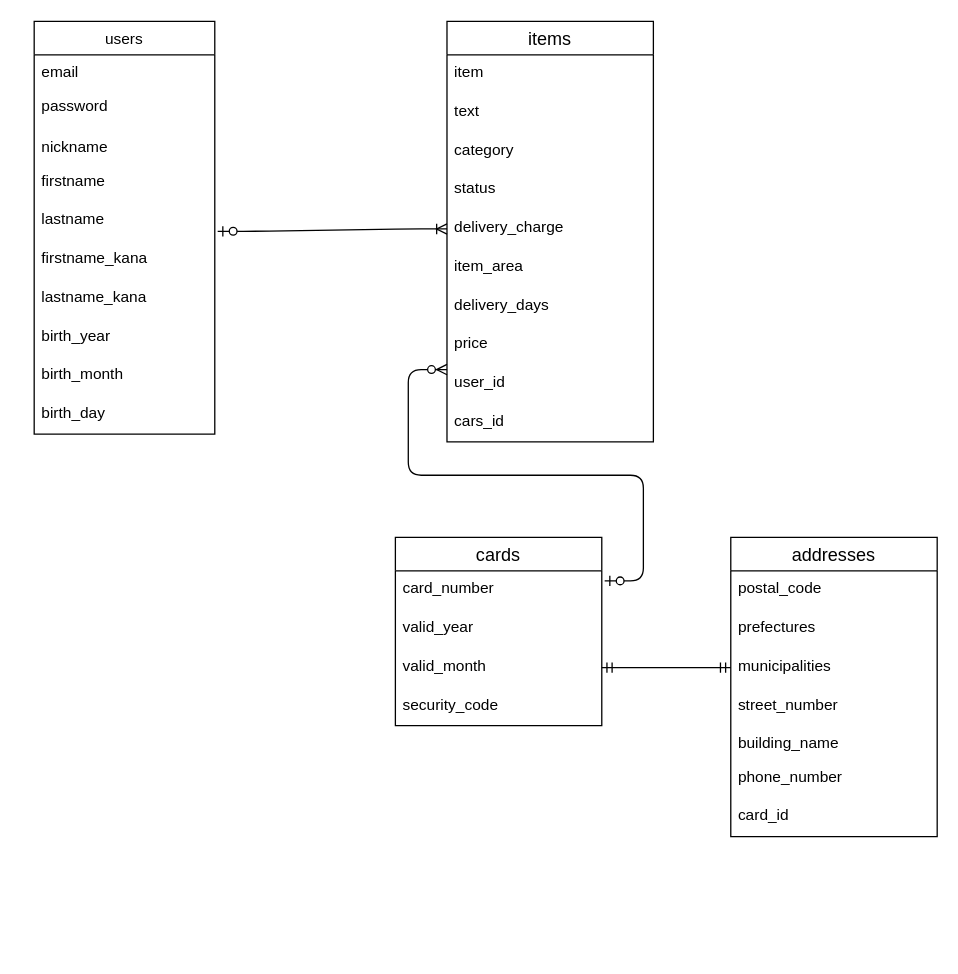
Before: furima.dio in kaz-taka-1/furima-35593, a draw.io diagram. Source tidied: cells renumbered, new cells numbered last; positions are measured from the earlier drawing's top-left corner, leaving out a move shared by most shapes. Both pictures are drawn from the tidied source at 129%, with x=0, y=0 at pixel (34, 21).
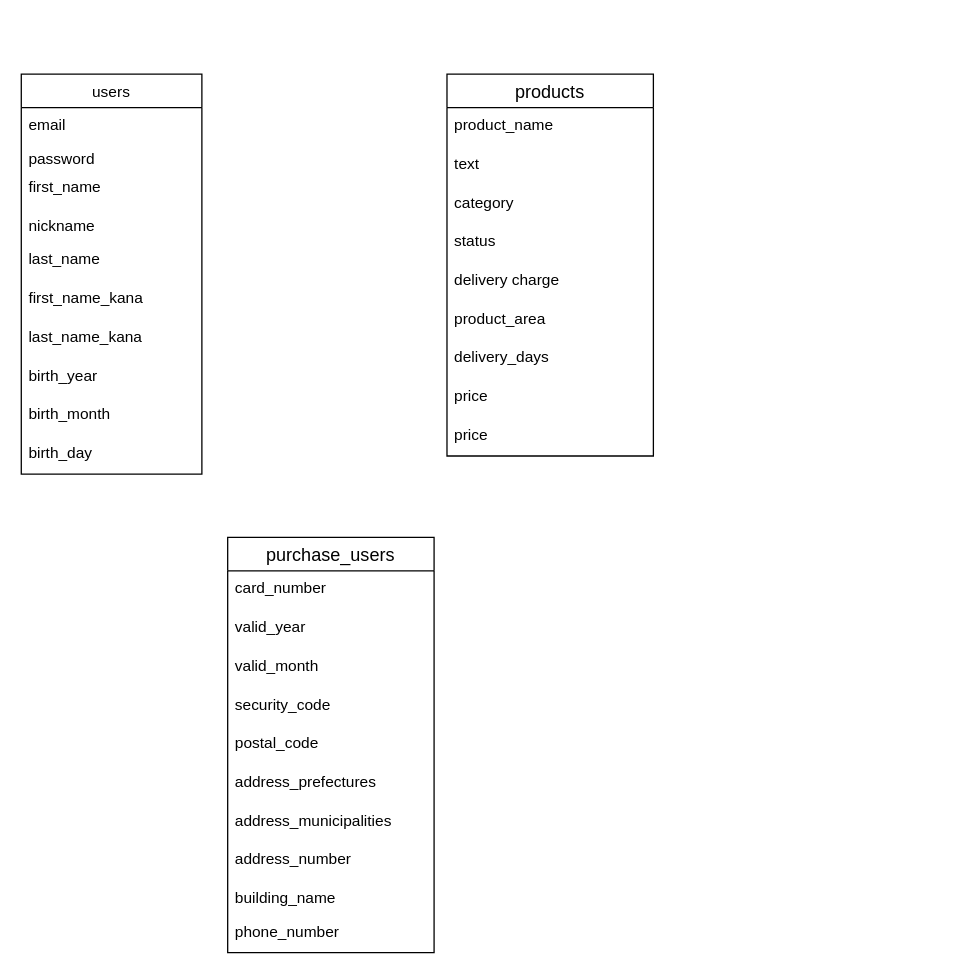
The same diagram, later.

Unchanged cells that the change refers to:
```xml
<mxCell id="25" value="card_number" style="text;strokeColor=none;fillColor=none;spacingLeft=4;spacingRight=4;overflow=hidden;points=[[0,0.5],[1,0.5]];portConstraint=eastwest;fontSize=12;" parent="24" vertex="1">
  <mxGeometry y="26" width="160" height="30" as="geometry" />
</mxCell>
<mxCell id="27" value="valid_month" style="text;strokeColor=none;fillColor=none;spacingLeft=4;spacingRight=4;overflow=hidden;points=[[0,0.5],[1,0.5]];portConstraint=eastwest;fontSize=12;" parent="24" vertex="1">
  <mxGeometry y="86" width="160" height="30" as="geometry" />
</mxCell>
```

Diff of the diagram source:
```diff
@@
     <mxCell id="2" value="users" style="swimlane;fontStyle=0;horizontal=1;startSize=26;fillColor=none;" parent="1" vertex="1">
-      <mxGeometry width="140" height="320" as="geometry" />
+      <mxGeometry x="-10" y="41" width="140" height="310" as="geometry" />
     </mxCell>
@@
     <mxCell id="4" value="password" style="text;strokeColor=none;fillColor=none;align=left;verticalAlign=top;spacingLeft=4;spacingRight=4;overflow=hidden;" parent="2" vertex="1">
-      <mxGeometry y="52" width="140" height="32" as="geometry" />
+      <mxGeometry y="52" width="140" height="22" as="geometry" />
     </mxCell>
+    <mxCell id="6" value="first_name" style="text;strokeColor=none;fillColor=none;spacingLeft=4;spacingRight=4;overflow=hidden;fontSize=12;" parent="2" vertex="1">
+      <mxGeometry y="74" width="140" height="30" as="geometry" />
+    </mxCell>
     <mxCell id="5" value="nickname" style="text;strokeColor=none;fillColor=none;align=left;verticalAlign=top;spacingLeft=4;spacingRight=4;overflow=hidden;" parent="2" vertex="1">
-      <mxGeometry y="84" width="140" height="26" as="geometry" />
+      <mxGeometry y="104" width="140" height="26" as="geometry" />
     </mxCell>
-    <mxCell id="6" value="firstname" style="text;strokeColor=none;fillColor=none;spacingLeft=4;spacingRight=4;overflow=hidden;fontSize=12;" parent="2" vertex="1">
-      <mxGeometry y="110" width="140" height="30" as="geometry" />
-    </mxCell>
-    <mxCell id="7" value="lastname" style="text;strokeColor=none;fillColor=none;spacingLeft=4;spacingRight=4;overflow=hidden;points=[[0,0.5],[1,0.5]];portConstraint=eastwest;fontSize=12;" parent="2" vertex="1">
-      <mxGeometry y="140" width="140" height="30" as="geometry" />
+    <mxCell id="7" value="last_name" style="text;strokeColor=none;fillColor=none;spacingLeft=4;spacingRight=4;overflow=hidden;points=[[0,0.5],[1,0.5]];portConstraint=eastwest;fontSize=12;" parent="2" vertex="1">
+      <mxGeometry y="130" width="140" height="30" as="geometry" />
     </mxCell>
-    <mxCell id="8" value="firstname_kana" style="text;strokeColor=none;fillColor=none;spacingLeft=4;spacingRight=4;overflow=hidden;fontSize=12;" parent="2" vertex="1">
-      <mxGeometry y="170" width="140" height="30" as="geometry" />
+    <mxCell id="8" value="first_name_kana" style="text;strokeColor=none;fillColor=none;spacingLeft=4;spacingRight=4;overflow=hidden;fontSize=12;" parent="2" vertex="1">
+      <mxGeometry y="160" width="140" height="30" as="geometry" />
     </mxCell>
-    <mxCell id="9" value="lastname_kana" style="text;strokeColor=none;fillColor=none;spacingLeft=4;spacingRight=4;overflow=hidden;fontSize=12;" parent="2" vertex="1">
-      <mxGeometry y="200" width="140" height="30" as="geometry" />
+    <mxCell id="9" value="last_name_kana" style="text;strokeColor=none;fillColor=none;spacingLeft=4;spacingRight=4;overflow=hidden;fontSize=12;" parent="2" vertex="1">
+      <mxGeometry y="190" width="140" height="30" as="geometry" />
     </mxCell>
     <mxCell id="10" value="birth_year" style="text;strokeColor=none;fillColor=none;spacingLeft=4;spacingRight=4;overflow=hidden;fontSize=12;" parent="2" vertex="1">
-      <mxGeometry y="230" width="140" height="30" as="geometry" />
+      <mxGeometry y="220" width="140" height="30" as="geometry" />
     </mxCell>
     <mxCell id="11" value="birth_month" style="text;strokeColor=none;fillColor=none;spacingLeft=4;spacingRight=4;overflow=hidden;fontSize=12;" parent="2" vertex="1">
-      <mxGeometry y="260" width="140" height="30" as="geometry" />
+      <mxGeometry y="250" width="140" height="30" as="geometry" />
     </mxCell>
     <mxCell id="12" value="birth_day" style="text;strokeColor=none;fillColor=none;spacingLeft=4;spacingRight=4;overflow=hidden;fontSize=12;" parent="2" vertex="1">
-      <mxGeometry y="290" width="140" height="30" as="geometry" />
+      <mxGeometry y="280" width="140" height="30" as="geometry" />
     </mxCell>
-    <mxCell id="13" value="items" style="swimlane;fontStyle=0;horizontal=1;startSize=26;align=center;fontSize=14;" parent="1" vertex="1">
-      <mxGeometry x="320" width="160" height="326" as="geometry" />
+    <mxCell id="13" value="products" style="swimlane;fontStyle=0;horizontal=1;startSize=26;align=center;fontSize=14;" parent="1" vertex="1">
+      <mxGeometry x="320" y="41" width="160" height="296" as="geometry" />
     </mxCell>
-    <mxCell id="14" value="item" style="text;strokeColor=none;fillColor=none;spacingLeft=4;spacingRight=4;overflow=hidden;fontSize=12;" parent="13" vertex="1">
+    <mxCell id="14" value="product_name" style="text;strokeColor=none;fillColor=none;spacingLeft=4;spacingRight=4;overflow=hidden;fontSize=12;" parent="13" vertex="1">
       <mxGeometry y="26" width="160" height="30" as="geometry" />
     </mxCell>
@@
-    <mxCell id="18" value="delivery_charge" style="text;strokeColor=none;fillColor=none;spacingLeft=4;spacingRight=4;overflow=hidden;points=[[0,0.5],[1,0.5]];portConstraint=eastwest;fontSize=12;" parent="13" vertex="1">
+    <mxCell id="18" value="delivery charge" style="text;strokeColor=none;fillColor=none;spacingLeft=4;spacingRight=4;overflow=hidden;points=[[0,0.5],[1,0.5]];portConstraint=eastwest;fontSize=12;" parent="13" vertex="1">
       <mxGeometry y="146" width="160" height="30" as="geometry" />
     </mxCell>
-    <mxCell id="19" value="item_area" style="text;strokeColor=none;fillColor=none;spacingLeft=4;spacingRight=4;overflow=hidden;fontSize=12;" parent="13" vertex="1">
+    <mxCell id="19" value="product_area" style="text;strokeColor=none;fillColor=none;spacingLeft=4;spacingRight=4;overflow=hidden;fontSize=12;" parent="13" vertex="1">
       <mxGeometry y="176" width="160" height="30" as="geometry" />
     </mxCell>
@@
-    <mxCell id="21" value="price" style="text;strokeColor=none;fillColor=none;spacingLeft=4;spacingRight=4;overflow=hidden;fontSize=12;" parent="13" vertex="1">
-      <mxGeometry y="236" width="160" height="30" as="geometry" />
-    </mxCell>
+    <mxCell id="23" value="price" style="text;strokeColor=none;fillColor=none;spacingLeft=4;spacingRight=4;overflow=hidden;fontSize=12;" parent="13" vertex="1">
+      <mxGeometry y="236" width="160" height="30" as="geometry" />
+    </mxCell>
-    <mxCell id="22" value="user_id" style="text;strokeColor=none;fillColor=none;spacingLeft=4;spacingRight=4;overflow=hidden;fontSize=12;" parent="13" vertex="1">
+    <mxCell id="22" value="price" style="text;strokeColor=none;fillColor=none;spacingLeft=4;spacingRight=4;overflow=hidden;fontSize=12;" parent="13" vertex="1">
       <mxGeometry y="266" width="160" height="30" as="geometry" />
     </mxCell>
-    <mxCell id="23" value="cars_id" style="text;strokeColor=none;fillColor=none;spacingLeft=4;spacingRight=4;overflow=hidden;fontSize=12;" parent="13" vertex="1">
-      <mxGeometry y="296" width="160" height="30" as="geometry" />
-    </mxCell>
-    <mxCell id="24" value="cards" style="swimlane;fontStyle=0;horizontal=1;startSize=26;align=center;fontSize=14;" parent="1" vertex="1">
-      <mxGeometry x="280" y="400" width="160" height="146" as="geometry" />
+    <mxCell id="24" value="purchase_users" style="swimlane;fontStyle=0;horizontal=1;startSize=26;align=center;fontSize=14;" parent="1" vertex="1">
+      <mxGeometry x="150" y="400" width="160" height="322" as="geometry" />
     </mxCell>
@@
-    <mxCell id="29" value="addresses" style="swimlane;fontStyle=0;horizontal=1;startSize=26;align=center;fontSize=14;" parent="1" vertex="1">
-      <mxGeometry x="540" y="400" width="160" height="232" as="geometry" />
-    </mxCell>
-    <mxCell id="30" value="postal_code" style="text;strokeColor=none;fillColor=none;spacingLeft=4;spacingRight=4;overflow=hidden;fontSize=12;" parent="29" vertex="1">
-      <mxGeometry y="26" width="160" height="30" as="geometry" />
+    <mxCell id="30" value="postal_code" style="text;strokeColor=none;fillColor=none;spacingLeft=4;spacingRight=4;overflow=hidden;fontSize=12;" parent="24" vertex="1">
+      <mxGeometry y="146" width="160" height="30" as="geometry" />
     </mxCell>
-    <mxCell id="31" value="prefectures" style="text;strokeColor=none;fillColor=none;spacingLeft=4;spacingRight=4;overflow=hidden;fontSize=12;" parent="29" vertex="1">
-      <mxGeometry y="56" width="160" height="30" as="geometry" />
+    <mxCell id="31" value="address_prefectures" style="text;strokeColor=none;fillColor=none;spacingLeft=4;spacingRight=4;overflow=hidden;fontSize=12;" parent="24" vertex="1">
+      <mxGeometry y="176" width="160" height="30" as="geometry" />
     </mxCell>
-    <mxCell id="32" value="municipalities" style="text;strokeColor=none;fillColor=none;spacingLeft=4;spacingRight=4;overflow=hidden;points=[[0,0.5],[1,0.5]];portConstraint=eastwest;fontSize=12;" parent="29" vertex="1">
-      <mxGeometry y="86" width="160" height="30" as="geometry" />
+    <mxCell id="32" value="address_municipalities" style="text;strokeColor=none;fillColor=none;spacingLeft=4;spacingRight=4;overflow=hidden;points=[[0,0.5],[1,0.5]];portConstraint=eastwest;fontSize=12;" parent="24" vertex="1">
+      <mxGeometry y="206" width="160" height="30" as="geometry" />
     </mxCell>
-    <mxCell id="33" value="street_number" style="text;strokeColor=none;fillColor=none;spacingLeft=4;spacingRight=4;overflow=hidden;fontSize=12;" parent="29" vertex="1">
-      <mxGeometry y="116" width="160" height="30" as="geometry" />
+    <mxCell id="33" value="address_number" style="text;strokeColor=none;fillColor=none;spacingLeft=4;spacingRight=4;overflow=hidden;fontSize=12;" parent="24" vertex="1">
+      <mxGeometry y="236" width="160" height="30" as="geometry" />
     </mxCell>
-    <mxCell id="34" value="building_name" style="text;strokeColor=none;fillColor=none;spacingLeft=4;spacingRight=4;overflow=hidden;fontSize=12;" parent="29" vertex="1">
-      <mxGeometry y="146" width="160" height="26" as="geometry" />
+    <mxCell id="34" value="building_name" style="text;strokeColor=none;fillColor=none;spacingLeft=4;spacingRight=4;overflow=hidden;fontSize=12;" parent="24" vertex="1">
+      <mxGeometry y="266" width="160" height="26" as="geometry" />
     </mxCell>
-    <mxCell id="35" value="phone_number" style="text;strokeColor=none;fillColor=none;spacingLeft=4;spacingRight=4;overflow=hidden;fontSize=12;" parent="29" vertex="1">
-      <mxGeometry y="172" width="160" height="30" as="geometry" />
+    <mxCell id="35" value="phone_number" style="text;strokeColor=none;fillColor=none;spacingLeft=4;spacingRight=4;overflow=hidden;fontSize=12;" parent="24" vertex="1">
+      <mxGeometry y="292" width="160" height="30" as="geometry" />
     </mxCell>
-    <mxCell id="36" value="card_id" style="text;strokeColor=none;fillColor=none;spacingLeft=4;spacingRight=4;overflow=hidden;fontSize=12;" parent="29" vertex="1">
-      <mxGeometry y="202" width="160" height="30" as="geometry" />
-    </mxCell>
-    <mxCell id="37" style="edgeStyle=entityRelationEdgeStyle;fontSize=12;html=1;endArrow=ERmandOne;startArrow=ERmandOne;exitX=1;exitY=0.5;exitDx=0;exitDy=0;entryX=0;entryY=0.5;entryDx=0;entryDy=0;" parent="1" edge="1" source="27" target="32">
-      <mxGeometry relative="1" as="geometry" />
-    </mxCell>
-    <mxCell id="38" style="edgeStyle=entityRelationEdgeStyle;fontSize=12;html=1;endArrow=ERzeroToMany;startArrow=ERzeroToOne;exitX=1.014;exitY=0.26;exitDx=0;exitDy=0;exitPerimeter=0;" parent="1" edge="1" source="25">
-      <mxGeometry relative="1" as="geometry">
-        <mxPoint x="320" y="270" as="targetPoint" />
-      </mxGeometry>
-    </mxCell>
-    <mxCell id="39" style="edgeStyle=entityRelationEdgeStyle;fontSize=12;html=1;endArrow=ERoneToMany;startArrow=ERzeroToOne;entryX=0;entryY=0.5;entryDx=0;entryDy=0;exitX=1.016;exitY=0.76;exitDx=0;exitDy=0;exitPerimeter=0;" parent="1" edge="1" source="7" target="18">
-      <mxGeometry relative="1" as="geometry" />
-    </mxCell>
```
